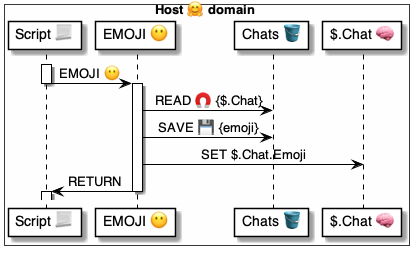
Above: 4 ⚙️ Solution/41 🎭 Domain Roles/Hosts 🤗/🤗⌘ Host cmds/EMOJI 😶/😶 EMOJI ⚙️ uml.png in pollyweb-org/pollyweb-docs (PlantUML), before the change. Its source is kept beside it as 4 ⚙️ Solution/41 🎭 Domain Roles/Hosts 🤗/🤗⌘ Host cmds/EMOJI 😶/😶 EMOJI ⚙️ uml.puml. Source of this version:
```plantuml
@startuml EMOJI

box Host 🤗 domain #FFFFFA
    participant "Script 📃" as script
    participant "EMOJI 😶" as EMOJI
    participant "Chats 🪣" as chats
    participant "$.Chat 🧠" as holder
end box



activate script
    script -> EMOJI: EMOJI 😶
deactivate script

activate EMOJI
    EMOJI -> chats: READ 🧲 {$.Chat}
    EMOJI -> chats: SAVE 💾 {emoji}
    EMOJI -> holder: SET $.Chat.Emoji
    EMOJI -> script: RETURN
deactivate EMOJI

activate script
deactivate script

@enduml
```
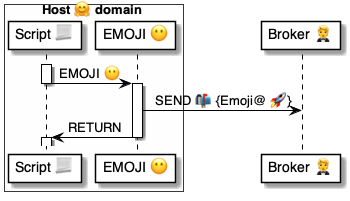
The same diagram one commit later.

Change to the diagram source:
```diff
@@ -3,10 +3,8 @@
 box Host 🤗 domain #FFFFFA
     participant "Script 📃" as script
     participant "EMOJI 😶" as EMOJI
-    participant "Chats 🪣" as chats
-    participant "$.Chat 🧠" as holder
 end box
-
+participant "Broker 🤵" as broker
 
 
 activate script
@@ -14,9 +12,7 @@
 deactivate script
 
 activate EMOJI
-    EMOJI -> chats: READ 🧲 {$.Chat}
-    EMOJI -> chats: SAVE 💾 {emoji}
-    EMOJI -> holder: SET $.Chat.Emoji
+    EMOJI -> broker: SEND 📬 {Emoji@ 🚀}
     EMOJI -> script: RETURN
 deactivate EMOJI
 
```
